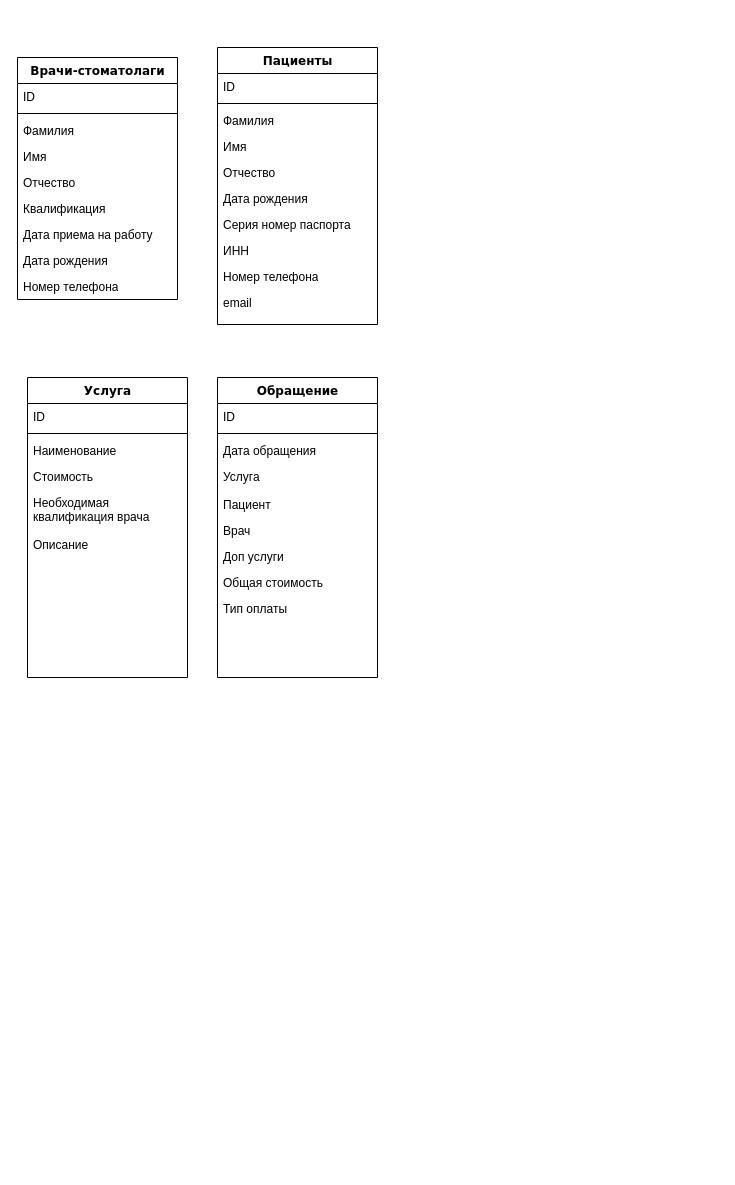
This is Диаграмма без названия.drawio from YanaZelen/LivePoco-master2, a draw.io file, before an edit. Source tidied: cells renumbered, new cells numbered last; positions are measured from the earlier drawing's top-left corner, leaving out a move shared by most shapes. Both pictures are drawn from the tidied source at 100%, with x=0, y=0 at pixel (17, 47).
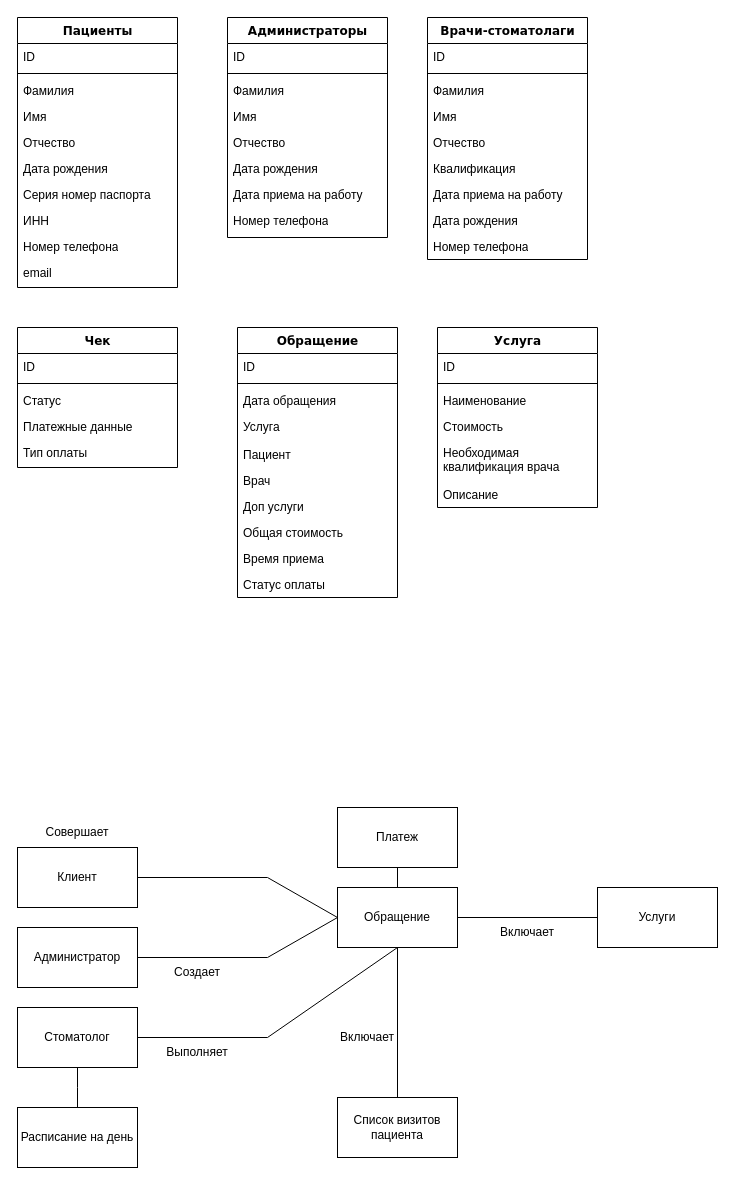
After the change.

Diff of the diagram source:
```diff
@@
     <mxCell id="2" value="Врачи-стоматолаги" style="swimlane;html=1;fontStyle=1;align=center;verticalAlign=top;horizontal=1;startSize=26;swimlaneFillColor=#ffffff;rounded=0;shadow=0;comic=0;labelBackgroundColor=none;strokeWidth=1;fillColor=none;fontFamily=Verdana;fontSize=12;" parent="1" vertex="1">
-      <mxGeometry y="10" width="160" height="242" as="geometry" />
+      <mxGeometry x="410" y="-30" width="160" height="242" as="geometry" />
     </mxCell>
@@
     <mxCell id="12" value="Пациенты" style="swimlane;html=1;fontStyle=1;align=center;verticalAlign=top;horizontal=1;startSize=26;swimlaneFillColor=#ffffff;rounded=0;shadow=0;comic=0;labelBackgroundColor=none;strokeWidth=1;fillColor=none;fontFamily=Verdana;fontSize=12;" parent="1" vertex="1">
-      <mxGeometry x="200" width="160" height="277" as="geometry" />
+      <mxGeometry y="-30" width="160" height="270" as="geometry" />
     </mxCell>
@@
     <mxCell id="23" value="Услуга" style="swimlane;html=1;fontStyle=1;align=center;verticalAlign=top;horizontal=1;startSize=26;swimlaneFillColor=#ffffff;rounded=0;shadow=0;comic=0;labelBackgroundColor=none;strokeWidth=1;fillColor=none;fontFamily=Verdana;fontSize=12;" parent="1" vertex="1">
-      <mxGeometry x="10" y="330" width="160" height="300" as="geometry" />
+      <mxGeometry x="420" y="280" width="160" height="180" as="geometry" />
     </mxCell>
@@
     <mxCell id="30" value="Обращение" style="swimlane;html=1;fontStyle=1;align=center;verticalAlign=top;horizontal=1;startSize=26;swimlaneFillColor=#ffffff;rounded=0;shadow=0;comic=0;labelBackgroundColor=none;strokeWidth=1;fillColor=none;fontFamily=Verdana;fontSize=12;" parent="1" vertex="1">
-      <mxGeometry x="200" y="330" width="160" height="300" as="geometry" />
+      <mxGeometry x="220" y="280" width="160" height="270" as="geometry" />
     </mxCell>
@@
+    <mxCell id="40" value="Время приема" style="text;html=1;strokeColor=none;fillColor=none;align=left;verticalAlign=top;spacingLeft=4;spacingRight=4;whiteSpace=wrap;overflow=hidden;" parent="30" vertex="1">
+      <mxGeometry y="218" width="160" height="26" as="geometry" />
+    </mxCell>
+    <mxCell id="41" value="Статус оплаты" style="text;html=1;strokeColor=none;fillColor=none;align=left;verticalAlign=top;spacingLeft=4;spacingRight=4;whiteSpace=wrap;overflow=hidden;" parent="30" vertex="1">
+      <mxGeometry y="244" width="160" height="26" as="geometry" />
+    </mxCell>
+    <mxCell id="42" value="Стоматолог" style="rounded=0;whiteSpace=wrap;html=1;" parent="1" vertex="1">
+      <mxGeometry y="960" width="120" height="60" as="geometry" />
+    </mxCell>
+    <mxCell id="43" value="Клиент" style="rounded=0;whiteSpace=wrap;html=1;" parent="1" vertex="1">
+      <mxGeometry y="800" width="120" height="60" as="geometry" />
+    </mxCell>
+    <mxCell id="44" value="Администратор" style="rounded=0;whiteSpace=wrap;html=1;" parent="1" vertex="1">
+      <mxGeometry y="880" width="120" height="60" as="geometry" />
+    </mxCell>
+    <mxCell id="45" value="Обращение" style="rounded=0;whiteSpace=wrap;html=1;" parent="1" vertex="1">
+      <mxGeometry x="320" y="840" width="120" height="60" as="geometry" />
+    </mxCell>
+    <mxCell id="46" value="Услуги" style="rounded=0;whiteSpace=wrap;html=1;" parent="1" vertex="1">
+      <mxGeometry x="580" y="840" width="120" height="60" as="geometry" />
+    </mxCell>
+    <mxCell id="47" style="endArrow=none;html=1;rounded=0;entryX=0;entryY=0.5;entryDx=0;entryDy=0;exitX=1;exitY=0.5;exitDx=0;exitDy=0;" parent="1" edge="1" source="44" target="45">
+      <mxGeometry relative="1" as="geometry">
+        <Array as="points">
+          <mxPoint x="250" y="910" />
+        </Array>
+      </mxGeometry>
+    </mxCell>
+    <mxCell id="48" value="Создает" style="text;html=1;strokeColor=none;fillColor=none;align=center;verticalAlign=middle;whiteSpace=wrap;rounded=0;" parent="1" vertex="1">
+      <mxGeometry x="150" y="910" width="60" height="30" as="geometry" />
+    </mxCell>
+    <mxCell id="49" style="endArrow=none;html=1;rounded=0;exitX=1;exitY=0.5;exitDx=0;exitDy=0;entryX=0;entryY=0.5;entryDx=0;entryDy=0;" parent="1" edge="1" source="45" target="46">
+      <mxGeometry relative="1" as="geometry" />
+    </mxCell>
+    <mxCell id="50" value="Включает" style="text;html=1;strokeColor=none;fillColor=none;align=center;verticalAlign=middle;whiteSpace=wrap;rounded=0;" parent="1" vertex="1">
+      <mxGeometry x="480" y="870" width="60" height="30" as="geometry" />
+    </mxCell>
+    <mxCell id="51" value="Платеж" style="rounded=0;whiteSpace=wrap;html=1;" parent="1" vertex="1">
+      <mxGeometry x="320" y="760" width="120" height="60" as="geometry" />
+    </mxCell>
+    <mxCell id="52" style="endArrow=none;html=1;rounded=0;entryX=0.5;entryY=1;entryDx=0;entryDy=0;exitX=0.5;exitY=0;exitDx=0;exitDy=0;" parent="1" edge="1" source="45" target="51">
+      <mxGeometry relative="1" as="geometry" />
+    </mxCell>
+    <mxCell id="53" style="endArrow=none;html=1;rounded=0;entryX=0;entryY=0.5;entryDx=0;entryDy=0;" parent="1" edge="1" target="45">
+      <mxGeometry relative="1" as="geometry">
+        <mxPoint x="120" y="830" as="sourcePoint" />
+        <Array as="points">
+          <mxPoint x="250" y="830" />
+        </Array>
+      </mxGeometry>
+    </mxCell>
+    <mxCell id="54" value="Совершает" style="text;html=1;strokeColor=none;fillColor=none;align=center;verticalAlign=middle;whiteSpace=wrap;rounded=0;" parent="1" vertex="1">
+      <mxGeometry x="30" y="770" width="60" height="30" as="geometry" />
+    </mxCell>
+    <mxCell id="55" style="endArrow=none;html=1;rounded=0;entryX=0.5;entryY=1;entryDx=0;entryDy=0;exitX=1;exitY=0.5;exitDx=0;exitDy=0;" parent="1" edge="1" source="42" target="45">
+      <mxGeometry relative="1" as="geometry">
+        <Array as="points">
+          <mxPoint x="250" y="990" />
+        </Array>
+      </mxGeometry>
+    </mxCell>
+    <mxCell id="56" value="Выполняет" style="text;html=1;strokeColor=none;fillColor=none;align=center;verticalAlign=middle;whiteSpace=wrap;rounded=0;" parent="1" vertex="1">
+      <mxGeometry x="150" y="990" width="60" height="30" as="geometry" />
+    </mxCell>
+    <mxCell id="57" value="Расписание на день" style="rounded=0;whiteSpace=wrap;html=1;" parent="1" vertex="1">
+      <mxGeometry y="1060" width="120" height="60" as="geometry" />
+    </mxCell>
+    <mxCell id="58" style="endArrow=none;html=1;rounded=0;entryX=0.5;entryY=1;entryDx=0;entryDy=0;exitX=0.5;exitY=0;exitDx=0;exitDy=0;" parent="1" edge="1" source="57" target="42">
+      <mxGeometry relative="1" as="geometry">
+        <Array as="points">
+          <mxPoint x="60" y="1040" />
+        </Array>
+      </mxGeometry>
+    </mxCell>
+    <mxCell id="59" value="Список визитов&lt;br&gt;пациента" style="rounded=0;whiteSpace=wrap;html=1;" parent="1" vertex="1">
+      <mxGeometry x="320" y="1050" width="120" height="60" as="geometry" />
+    </mxCell>
+    <mxCell id="60" style="endArrow=none;html=1;rounded=0;" parent="1" edge="1" source="59" target="45">
+      <mxGeometry relative="1" as="geometry" />
+    </mxCell>
+    <mxCell id="61" value="Включает" style="text;html=1;strokeColor=none;fillColor=none;align=center;verticalAlign=middle;whiteSpace=wrap;rounded=0;" parent="1" vertex="1">
+      <mxGeometry x="320" y="975" width="60" height="30" as="geometry" />
+    </mxCell>
+    <mxCell id="62" value="Администраторы" style="swimlane;html=1;fontStyle=1;align=center;verticalAlign=top;horizontal=1;startSize=26;swimlaneFillColor=#ffffff;rounded=0;shadow=0;comic=0;labelBackgroundColor=none;strokeWidth=1;fillColor=none;fontFamily=Verdana;fontSize=12;" parent="1" vertex="1">
+      <mxGeometry x="210" y="-30" width="160" height="220" as="geometry" />
+    </mxCell>
+    <mxCell id="63" value="ID" style="text;html=1;strokeColor=none;fillColor=none;align=left;verticalAlign=top;spacingLeft=4;spacingRight=4;whiteSpace=wrap;overflow=hidden;" parent="62" vertex="1">
+      <mxGeometry y="26" width="160" height="26" as="geometry" />
+    </mxCell>
+    <mxCell id="64" style="line;html=1;strokeWidth=1;fillColor=none;align=left;verticalAlign=middle;spacingTop=-1;spacingLeft=3;spacingRight=3;labelPosition=right;" parent="62" vertex="1">
+      <mxGeometry y="52" width="160" height="8" as="geometry" />
+    </mxCell>
+    <mxCell id="65" value="Фамилия" style="text;html=1;strokeColor=none;fillColor=none;align=left;verticalAlign=top;spacingLeft=4;spacingRight=4;whiteSpace=wrap;overflow=hidden;" parent="62" vertex="1">
+      <mxGeometry y="60" width="160" height="26" as="geometry" />
+    </mxCell>
+    <mxCell id="66" value="Имя" style="text;html=1;strokeColor=none;fillColor=none;align=left;verticalAlign=top;spacingLeft=4;spacingRight=4;whiteSpace=wrap;overflow=hidden;" parent="62" vertex="1">
+      <mxGeometry y="86" width="160" height="26" as="geometry" />
+    </mxCell>
+    <mxCell id="67" value="Отчество" style="text;html=1;strokeColor=none;fillColor=none;align=left;verticalAlign=top;spacingLeft=4;spacingRight=4;whiteSpace=wrap;overflow=hidden;" parent="62" vertex="1">
+      <mxGeometry y="112" width="160" height="26" as="geometry" />
+    </mxCell>
+    <mxCell id="68" value="Дата рождения" style="text;html=1;strokeColor=none;fillColor=none;align=left;verticalAlign=top;spacingLeft=4;spacingRight=4;whiteSpace=wrap;overflow=hidden;" parent="62" vertex="1">
+      <mxGeometry y="138" width="160" height="26" as="geometry" />
+    </mxCell>
+    <mxCell id="69" value="Дата приема на работу" style="text;html=1;strokeColor=none;fillColor=none;align=left;verticalAlign=top;spacingLeft=4;spacingRight=4;whiteSpace=wrap;overflow=hidden;" parent="62" vertex="1">
+      <mxGeometry y="164" width="160" height="26" as="geometry" />
+    </mxCell>
+    <mxCell id="70" value="Номер телефона" style="text;html=1;strokeColor=none;fillColor=none;align=left;verticalAlign=top;spacingLeft=4;spacingRight=4;whiteSpace=wrap;overflow=hidden;" parent="62" vertex="1">
+      <mxGeometry y="190" width="160" height="26" as="geometry" />
+    </mxCell>
+    <mxCell id="71" value="Чек" style="swimlane;html=1;fontStyle=1;align=center;verticalAlign=top;horizontal=1;startSize=26;swimlaneFillColor=#ffffff;rounded=0;shadow=0;comic=0;labelBackgroundColor=none;strokeWidth=1;fillColor=none;fontFamily=Verdana;fontSize=12;" parent="1" vertex="1">
+      <mxGeometry y="280" width="160" height="140" as="geometry" />
+    </mxCell>
+    <mxCell id="72" value="ID" style="text;html=1;strokeColor=none;fillColor=none;align=left;verticalAlign=top;spacingLeft=4;spacingRight=4;whiteSpace=wrap;overflow=hidden;" parent="71" vertex="1">
+      <mxGeometry y="26" width="160" height="26" as="geometry" />
+    </mxCell>
+    <mxCell id="73" style="line;html=1;strokeWidth=1;fillColor=none;align=left;verticalAlign=middle;spacingTop=-1;spacingLeft=3;spacingRight=3;labelPosition=right;" parent="71" vertex="1">
+      <mxGeometry y="52" width="160" height="8" as="geometry" />
+    </mxCell>
+    <mxCell id="74" value="Статус" style="text;html=1;strokeColor=none;fillColor=none;align=left;verticalAlign=top;spacingLeft=4;spacingRight=4;whiteSpace=wrap;overflow=hidden;" parent="71" vertex="1">
+      <mxGeometry y="60" width="160" height="26" as="geometry" />
+    </mxCell>
+    <mxCell id="75" value="Платежные данные" style="text;html=1;strokeColor=none;fillColor=none;align=left;verticalAlign=top;spacingLeft=4;spacingRight=4;whiteSpace=wrap;overflow=hidden;" parent="71" vertex="1">
+      <mxGeometry y="86" width="160" height="26" as="geometry" />
+    </mxCell>
-    <mxCell id="39" value="Тип оплаты" style="text;html=1;strokeColor=none;fillColor=none;align=left;verticalAlign=top;spacingLeft=4;spacingRight=4;whiteSpace=wrap;overflow=hidden;" parent="30" vertex="1">
-      <mxGeometry y="218" width="160" height="26" as="geometry" />
+    <mxCell id="39" value="Тип оплаты" style="text;html=1;strokeColor=none;fillColor=none;align=left;verticalAlign=top;spacingLeft=4;spacingRight=4;whiteSpace=wrap;overflow=hidden;" parent="71" vertex="1">
+      <mxGeometry y="112" width="160" height="28" as="geometry" />
     </mxCell>
```
